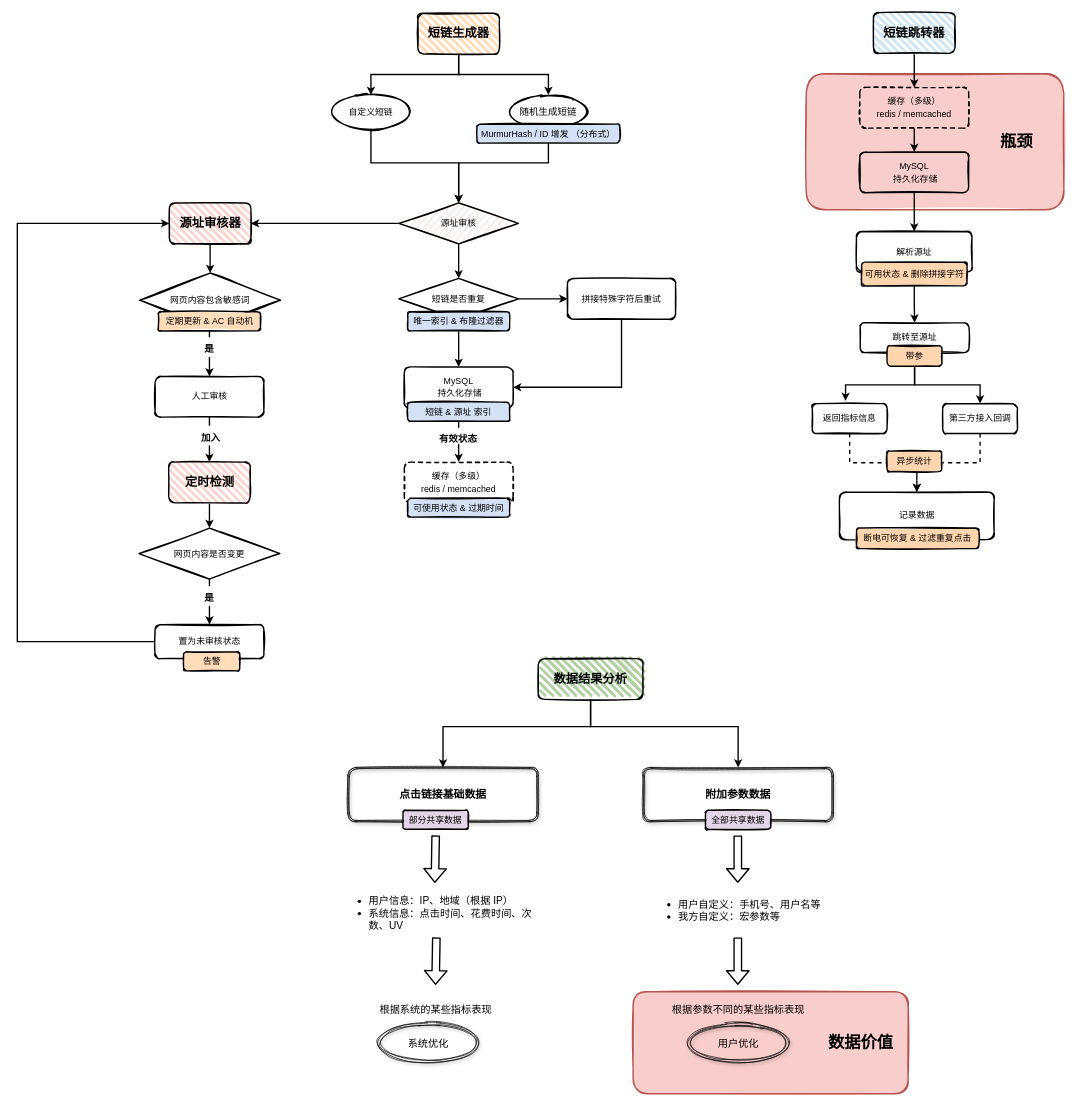
boxtsecond/draw keeps this draw.io diagram as landingtrace.drawio. Above is the earlier version. Source tidied: cells renumbered, new cells numbered last; positions are measured from the earlier drawing's top-left corner, leaving out a move shared by most shapes. Both pictures are drawn from the tidied source at 68%, with x=0, y=0 at pixel (17, 12).
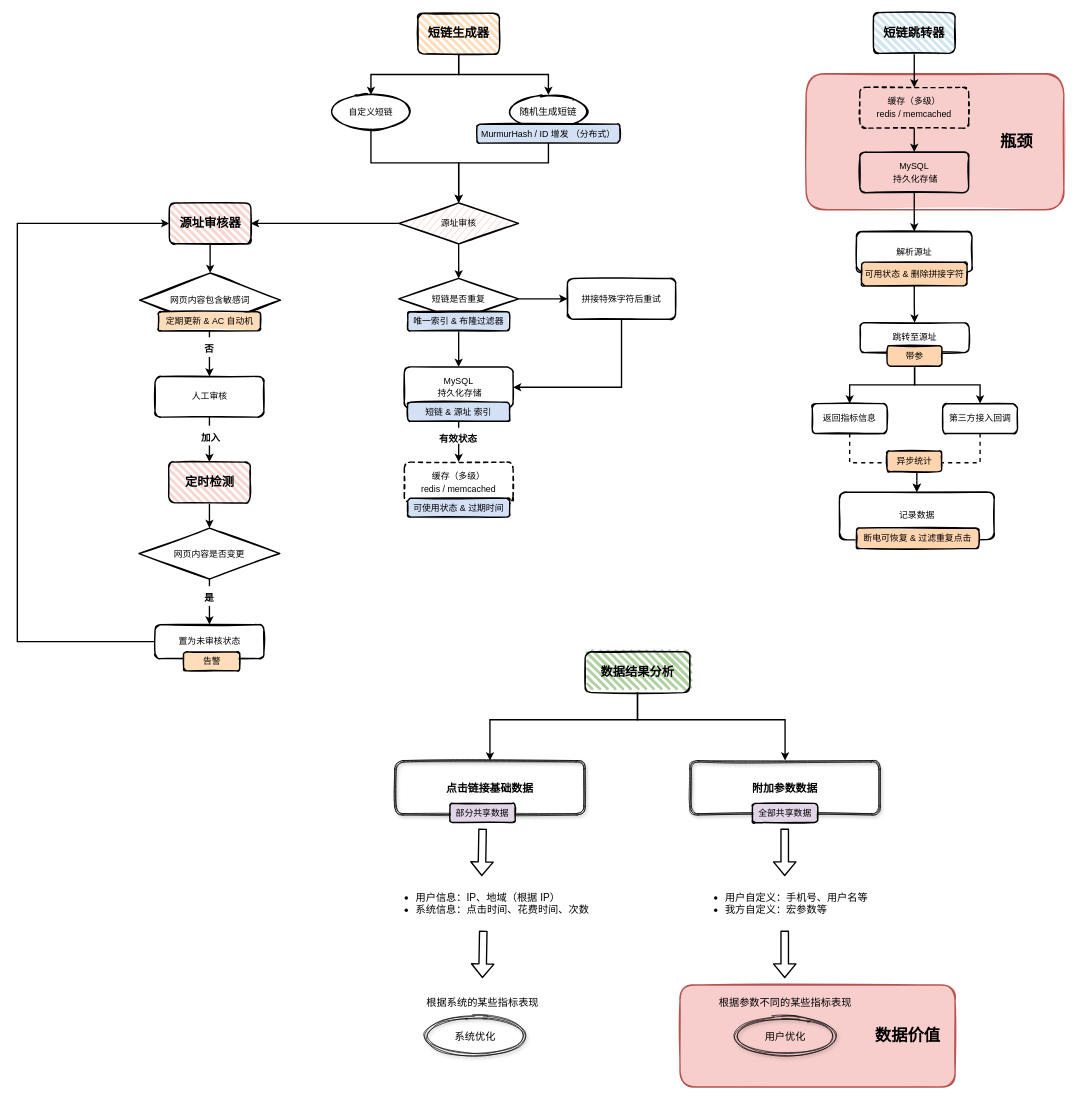
The same page after the edit.

Unchanged cells that the change refers to:
```xml
<mxCell id="36" value="带参" style="rounded=1;whiteSpace=wrap;html=1;strokeWidth=2;fillWeight=4;hachureGap=8;hachureAngle=45;sketch=1;fontStyle=0;labelBackgroundColor=none;fontSize=13;fillStyle=solid;fillColor=#FFD5B0;" parent="1" vertex="1">
  <mxGeometry x="1279.2" y="490" width="80.5" height="30" as="geometry" />
</mxCell>
<mxCell id="39" value="&lt;p style=&quot;line-height: 140%&quot;&gt;返回指标信息&lt;/p&gt;" style="html=1;whiteSpace=wrap;labelBackgroundColor=none;fontSize=13;rounded=1;shadow=0;sketch=1;strokeWidth=2;fillColor=none;" parent="1" vertex="1">
  <mxGeometry x="1169" y="575" width="110" height="44" as="geometry" />
</mxCell>
```

The edit, as a diff of the source:
```diff
@@
     <mxCell id="2" style="rounded=1;whiteSpace=wrap;html=1;strokeWidth=2;fillWeight=4;hachureGap=8;hachureAngle=45;sketch=1;shadow=0;labelBackgroundColor=none;fontSize=14;fillStyle=solid;fillColor=#f8cecc;strokeColor=#b85450;" parent="1" vertex="1">
-      <mxGeometry x="905.5" y="1440" width="404.5" height="150" as="geometry" />
+      <mxGeometry x="974.5" y="1430" width="404.5" height="150" as="geometry" />
     </mxCell>
@@
-    <mxCell id="34" style="edgeStyle=orthogonalEdgeStyle;rounded=0;jettySize=auto;html=1;exitX=0.5;exitY=1;exitDx=0;exitDy=0;entryX=0.445;entryY=-0.091;entryDx=0;entryDy=0;entryPerimeter=0;strokeWidth=2;fontSize=14;" parent="1" edge="1" source="36" target="39">
+    <mxCell id="34" style="edgeStyle=orthogonalEdgeStyle;rounded=0;jettySize=auto;html=1;exitX=0.5;exitY=1;exitDx=0;exitDy=0;strokeWidth=2;fontSize=14;" parent="1" edge="1" source="36" target="39">
       <mxGeometry relative="1" as="geometry" />
     </mxCell>
@@
-    <mxCell id="65" value="&lt;font style=&quot;font-size: 14px&quot;&gt;是&lt;/font&gt;" style="text;strokeColor=none;fillColor=none;html=1;fontSize=24;fontStyle=1;verticalAlign=middle;align=center;rounded=1;shadow=0;labelBackgroundColor=#ffffff;sketch=1;" parent="1" vertex="1">
+    <mxCell id="65" value="&lt;span style=&quot;font-size: 14px&quot;&gt;否&lt;/span&gt;" style="text;strokeColor=none;fillColor=none;html=1;fontSize=24;fontStyle=1;verticalAlign=middle;align=center;rounded=1;shadow=0;labelBackgroundColor=#ffffff;sketch=1;" parent="1" vertex="1">
       <mxGeometry x="234.5" y="480" width="94.5" height="24" as="geometry" />
     </mxCell>
     <mxCell id="66" style="edgeStyle=orthogonalEdgeStyle;rounded=0;jettySize=auto;html=1;exitX=0.5;exitY=1;exitDx=0;exitDy=0;entryX=0.5;entryY=0;entryDx=0;entryDy=0;strokeWidth=2;" parent="1" edge="1" source="68" target="69">
       <mxGeometry relative="1" as="geometry">
         <Array as="points">
-          <mxPoint x="843" y="1050" />
-          <mxPoint x="626" y="1050" />
+          <mxPoint x="912" y="1040" />
+          <mxPoint x="695" y="1040" />
         </Array>
       </mxGeometry>
     </mxCell>
     <mxCell id="67" style="edgeStyle=orthogonalEdgeStyle;rounded=0;jettySize=auto;html=1;exitX=0.5;exitY=1;exitDx=0;exitDy=0;strokeWidth=2;" parent="1" edge="1" source="68" target="70">
       <mxGeometry relative="1" as="geometry">
         <Array as="points">
-          <mxPoint x="843" y="1050" />
-          <mxPoint x="1060" y="1050" />
+          <mxPoint x="912" y="1040" />
+          <mxPoint x="1129" y="1040" />
         </Array>
       </mxGeometry>
     </mxCell>
     <mxCell id="68" value="&lt;font size=&quot;1&quot;&gt;&lt;b style=&quot;font-size: 18px&quot;&gt;数据结果分析&lt;/b&gt;&lt;/font&gt;" style="rounded=1;whiteSpace=wrap;html=1;strokeWidth=2;fillWeight=4;hachureGap=8;hachureAngle=45;sketch=1;fillColor=#B1D0A2;" parent="1" vertex="1">
-      <mxGeometry x="766" y="950" width="154" height="60" as="geometry" />
+      <mxGeometry x="835" y="940" width="154" height="60" as="geometry" />
     </mxCell>
     <mxCell id="69" value="&lt;span style=&quot;font-weight: 700&quot;&gt;&lt;font style=&quot;font-size: 16px&quot;&gt;点击链接基础数据&lt;/font&gt;&lt;/span&gt;" style="shape=ext;double=1;rounded=1;whiteSpace=wrap;html=1;shadow=1;sketch=1;strokeColor=#000000;fillColor=none;" parent="1" vertex="1">
-      <mxGeometry x="486" y="1110" width="280" height="80" as="geometry" />
+      <mxGeometry x="555" y="1100" width="280" height="80" as="geometry" />
     </mxCell>
     <mxCell id="70" value="&lt;span style=&quot;font-weight: 700&quot;&gt;&lt;font style=&quot;font-size: 16px&quot;&gt;附加参数数据&lt;/font&gt;&lt;/span&gt;" style="shape=ext;double=1;rounded=1;whiteSpace=wrap;html=1;shadow=1;sketch=1;strokeColor=#000000;fillColor=none;" parent="1" vertex="1">
-      <mxGeometry x="920" y="1110" width="280" height="80" as="geometry" />
+      <mxGeometry x="989" y="1100" width="280" height="80" as="geometry" />
     </mxCell>
-    <mxCell id="71" value="&lt;ul style=&quot;font-size: 15px&quot;&gt;&lt;li&gt;用户信息：IP、地域（根据 IP）&lt;/li&gt;&lt;li&gt;系统信息：点击时间、花费时间、次数、UV&lt;/li&gt;&lt;/ul&gt;" style="text;strokeColor=none;fillColor=none;html=1;whiteSpace=wrap;verticalAlign=middle;overflow=hidden;rounded=1;shadow=1;sketch=1;" parent="1" vertex="1">
-      <mxGeometry x="475" y="1280" width="291" height="80" as="geometry" />
+    <mxCell id="71" value="&lt;ul style=&quot;font-size: 15px&quot;&gt;&lt;li&gt;用户信息：IP、地域（根据 IP）&lt;/li&gt;&lt;li&gt;系统信息：点击时间、花费时间、次数&lt;/li&gt;&lt;/ul&gt;" style="text;strokeColor=none;fillColor=none;html=1;whiteSpace=wrap;verticalAlign=middle;overflow=hidden;rounded=1;shadow=1;sketch=1;" parent="1" vertex="1">
+      <mxGeometry x="544" y="1270" width="310" height="80" as="geometry" />
     </mxCell>
     <mxCell id="72" value="&lt;ul style=&quot;font-size: 15px&quot;&gt;&lt;li&gt;用户自定义：手机号、用户名等&lt;/li&gt;&lt;li&gt;我方自定义：宏参数等&lt;/li&gt;&lt;/ul&gt;" style="text;strokeColor=none;fillColor=none;html=1;whiteSpace=wrap;verticalAlign=middle;overflow=hidden;rounded=1;shadow=1;sketch=1;" parent="1" vertex="1">
-      <mxGeometry x="930" y="1280" width="260" height="80" as="geometry" />
+      <mxGeometry x="999" y="1270" width="260" height="80" as="geometry" />
     </mxCell>
     <mxCell id="73" style="shape=flexArrow;endArrow=classic;html=1;strokeWidth=2;" parent="1" edge="1">
       <mxGeometry relative="1" as="geometry">
-        <mxPoint x="1059.5" y="1210" as="sourcePoint" />
-        <mxPoint x="1059.5" y="1280" as="targetPoint" />
+        <mxPoint x="1128.5" y="1200" as="sourcePoint" />
+        <mxPoint x="1128.5" y="1270" as="targetPoint" />
       </mxGeometry>
     </mxCell>
     <mxCell id="74" style="shape=flexArrow;endArrow=classic;html=1;strokeWidth=2;" parent="1" edge="1">
       <mxGeometry relative="1" as="geometry">
-        <mxPoint x="615.2" y="1210" as="sourcePoint" />
-        <mxPoint x="614" y="1280" as="targetPoint" />
+        <mxPoint x="684.2" y="1200" as="sourcePoint" />
+        <mxPoint x="683" y="1270" as="targetPoint" />
       </mxGeometry>
     </mxCell>
     <mxCell id="75" style="shape=flexArrow;endArrow=classic;html=1;strokeWidth=2;" parent="1" edge="1">
       <mxGeometry relative="1" as="geometry">
-        <mxPoint x="1059.5" y="1360" as="sourcePoint" />
-        <mxPoint x="1059.5" y="1430" as="targetPoint" />
+        <mxPoint x="1128.5" y="1350" as="sourcePoint" />
+        <mxPoint x="1128.5" y="1420" as="targetPoint" />
       </mxGeometry>
     </mxCell>
     <mxCell id="76" value="&lt;font style=&quot;font-size: 15px&quot;&gt;用户优化&lt;/font&gt;" style="ellipse;shape=doubleEllipse;whiteSpace=wrap;html=1;rounded=1;shadow=1;sketch=1;strokeColor=#000000;fillColor=none;" parent="1" vertex="1">
-      <mxGeometry x="981.8" y="1485" width="156.5" height="60" as="geometry" />
+      <mxGeometry x="1050.8" y="1475" width="156.5" height="60" as="geometry" />
     </mxCell>
     <mxCell id="77" value="&lt;span style=&quot;font-size: 15px&quot;&gt;根据参数不同的某些指标表现&lt;/span&gt;" style="text;html=1;align=center;verticalAlign=middle;" parent="1" vertex="1">
-      <mxGeometry x="955" y="1455" width="210" height="20" as="geometry" />
+      <mxGeometry x="1024" y="1445" width="210" height="20" as="geometry" />
     </mxCell>
     <mxCell id="78" style="shape=flexArrow;endArrow=classic;html=1;strokeWidth=2;" parent="1" edge="1">
       <mxGeometry relative="1" as="geometry">
-        <mxPoint x="616.2" y="1360" as="sourcePoint" />
-        <mxPoint x="615" y="1430" as="targetPoint" />
+        <mxPoint x="685.2" y="1350" as="sourcePoint" />
+        <mxPoint x="684" y="1420" as="targetPoint" />
       </mxGeometry>
     </mxCell>
     <mxCell id="79" value="&lt;font style=&quot;font-size: 15px&quot;&gt;系统优化&lt;/font&gt;" style="ellipse;shape=doubleEllipse;whiteSpace=wrap;html=1;rounded=1;shadow=1;sketch=1;strokeColor=#000000;fillColor=none;" parent="1" vertex="1">
-      <mxGeometry x="526.2" y="1485" width="156.5" height="60" as="geometry" />
+      <mxGeometry x="595.2" y="1475" width="156.5" height="60" as="geometry" />
     </mxCell>
     <mxCell id="80" value="&lt;span style=&quot;font-size: 15px&quot;&gt;根据系统的某些指标表现&lt;/span&gt;" style="text;html=1;align=center;verticalAlign=middle;" parent="1" vertex="1">
-      <mxGeometry x="525.2" y="1455" width="180" height="20" as="geometry" />
+      <mxGeometry x="594.2" y="1445" width="180" height="20" as="geometry" />
     </mxCell>
     <mxCell id="81" value="部分共享数据" style="rounded=1;whiteSpace=wrap;html=1;strokeWidth=2;fillWeight=4;hachureGap=8;hachureAngle=45;sketch=1;fontStyle=0;labelBackgroundColor=none;fontSize=13;fillStyle=solid;fillColor=#e1d5e7;" parent="1" vertex="1">
-      <mxGeometry x="567.2" y="1173" width="96" height="28" as="geometry" />
+      <mxGeometry x="636.2" y="1163" width="96" height="28" as="geometry" />
     </mxCell>
     <mxCell id="82" value="全部共享数据" style="rounded=1;whiteSpace=wrap;html=1;strokeWidth=2;fillWeight=4;hachureGap=8;hachureAngle=45;sketch=1;fontStyle=0;labelBackgroundColor=none;fontSize=13;fillStyle=solid;fillColor=#e1d5e7;" parent="1" vertex="1">
-      <mxGeometry x="1012" y="1173" width="96" height="28" as="geometry" />
+      <mxGeometry x="1081" y="1163" width="96" height="28" as="geometry" />
     </mxCell>
     <mxCell id="83" value="数据价值" style="text;strokeColor=none;fillColor=none;html=1;fontSize=24;fontStyle=1;verticalAlign=middle;align=center;" parent="1" vertex="1">
-      <mxGeometry x="1190" y="1495" width="100" height="40" as="geometry" />
+      <mxGeometry x="1259" y="1485" width="100" height="40" as="geometry" />
     </mxCell>
```
